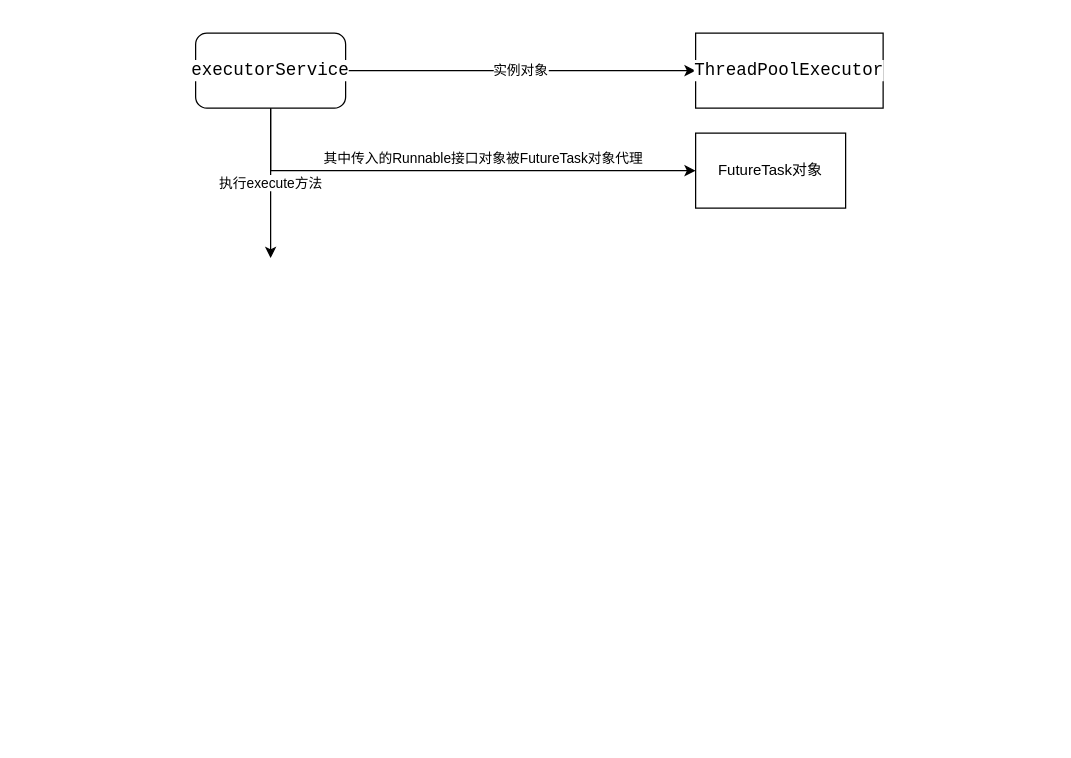
Above: page "executors线程池源码解析" (1 of 2) of Untitled Diagram.drawio in zzzliuke/draw-io (draw.io), before the change. Source tidied: cells renumbered, new cells numbered last; positions are measured from the earlier drawing's top-left corner, leaving out a move shared by most shapes. Both pictures are drawn from the tidied source at 125%, with x=0, y=0 at pixel (195, 32).
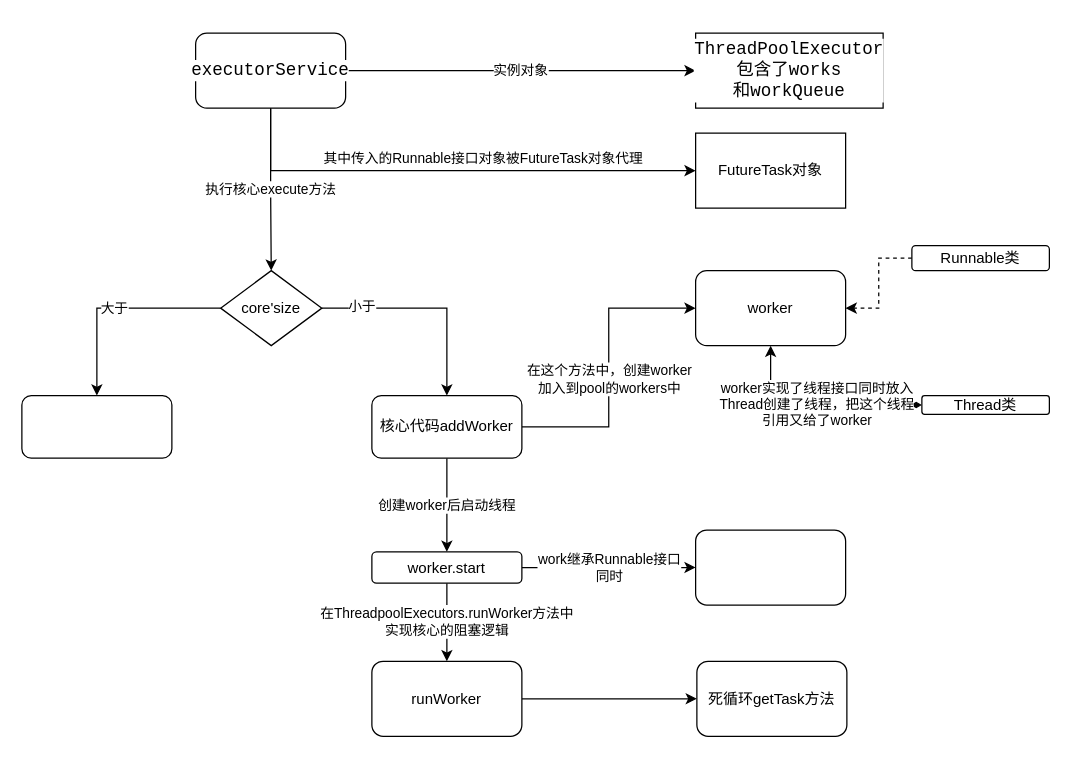
The same page after the edit.

The change refers to these unchanged cells:
```xml
<mxCell id="4" value="&lt;pre style=&quot;background-color: rgb(255 , 255 , 255) ; font-family: &amp;#34;consolas&amp;#34; ; font-size: 10.5pt&quot;&gt;executorService&lt;/pre&gt;" style="rounded=1;whiteSpace=wrap;html=1;" parent="1" vertex="1">
  <mxGeometry width="120" height="60" as="geometry" />
</mxCell>
```

Change to the diagram source:
```diff
@@
-    <mxCell id="2" value="执行execute方法" style="edgeStyle=orthogonalEdgeStyle;rounded=0;jettySize=auto;html=1;exitX=0.5;exitY=1;exitDx=0;exitDy=0;" parent="1" edge="1" source="4">
-      <mxGeometry relative="1" as="geometry">
-        <mxPoint x="60" y="180" as="targetPoint" />
-        <Array as="points">
-          <mxPoint x="60" y="160" />
-        </Array>
-      </mxGeometry>
+    <mxCell id="2" value="执行核心execute方法" style="edgeStyle=orthogonalEdgeStyle;rounded=0;jettySize=auto;html=1;exitX=0.5;exitY=1;exitDx=0;exitDy=0;entryX=0.5;entryY=0;entryDx=0;entryDy=0;" parent="1" edge="1" source="4" target="21">
+      <mxGeometry relative="1" as="geometry" />
     </mxCell>
@@
-    <mxCell id="6" value="&lt;pre style=&quot;background-color: #ffffff ; color: #000000 ; font-family: &amp;quot;consolas&amp;quot; ; font-size: 10.5pt&quot;&gt;ThreadPoolExecutor&lt;/pre&gt;" style="rounded=0;whiteSpace=wrap;html=1;" parent="1" vertex="1">
+    <mxCell id="6" value="&lt;pre style=&quot;background-color: #ffffff ; color: #000000 ; font-family: &amp;#34;consolas&amp;#34; ; font-size: 10.5pt&quot;&gt;ThreadPoolExecutor&lt;br&gt;包含了works&lt;br/&gt;和workQueue&lt;/pre&gt;" style="rounded=0;whiteSpace=wrap;html=1;" parent="1" vertex="1">
       <mxGeometry x="400" width="150" height="60" as="geometry" />
     </mxCell>
@@
+    <mxCell id="8" style="edgeStyle=orthogonalEdgeStyle;rounded=0;jettySize=auto;html=1;exitX=1;exitY=0.5;exitDx=0;exitDy=0;entryX=0;entryY=0.5;entryDx=0;entryDy=0;" parent="1" edge="1" source="11" target="12">
+      <mxGeometry relative="1" as="geometry" />
+    </mxCell>
+    <mxCell id="9" value="在这个方法中，创建worker&lt;br&gt;加入到pool的workers中" style="edgeLabel;html=1;align=center;verticalAlign=middle;" parent="8" vertex="1">
+      <mxGeometry x="-0.08" relative="1" as="geometry" />
+    </mxCell>
+    <mxCell id="10" value="创建worker后启动线程" style="edgeStyle=orthogonalEdgeStyle;rounded=0;jettySize=auto;html=1;startArrow=none;startFill=0;endArrow=classic;endFill=1;" parent="1" edge="1" source="11" target="25">
+      <mxGeometry relative="1" as="geometry" />
+    </mxCell>
+    <mxCell id="11" value="核心代码addWorker" style="rounded=1;whiteSpace=wrap;html=1;" parent="1" vertex="1">
+      <mxGeometry x="141" y="290" width="120" height="50" as="geometry" />
+    </mxCell>
+    <mxCell id="12" value="worker" style="rounded=1;whiteSpace=wrap;html=1;" parent="1" vertex="1">
+      <mxGeometry x="400" y="190" width="120" height="60" as="geometry" />
+    </mxCell>
+    <mxCell id="13" style="rounded=0;jettySize=auto;html=1;edgeStyle=orthogonalEdgeStyle;endArrow=classic;endFill=1;startArrow=diamondThin;startFill=1;" parent="1" edge="1" source="15" target="12">
+      <mxGeometry relative="1" as="geometry" />
+    </mxCell>
+    <mxCell id="14" value="worker实现了线程接口同时放入&lt;br&gt;Thread创建了线程，把这个线程&lt;br&gt;引用又给了worker" style="edgeLabel;html=1;align=center;verticalAlign=middle;" parent="13" vertex="1">
+      <mxGeometry x="0.01" y="-1" relative="1" as="geometry" />
+    </mxCell>
+    <mxCell id="15" value="Thread类" style="rounded=1;whiteSpace=wrap;html=1;" parent="1" vertex="1">
+      <mxGeometry x="581" y="290" width="102" height="15" as="geometry" />
+    </mxCell>
+    <mxCell id="16" style="edgeStyle=orthogonalEdgeStyle;rounded=0;jettySize=auto;html=1;entryX=1;entryY=0.5;entryDx=0;entryDy=0;dashed=1;" parent="1" edge="1" source="17" target="12">
+      <mxGeometry relative="1" as="geometry" />
+    </mxCell>
+    <mxCell id="17" value="Runnable类" style="rounded=1;whiteSpace=wrap;html=1;" parent="1" vertex="1">
+      <mxGeometry x="573" y="170" width="110" height="20" as="geometry" />
+    </mxCell>
+    <mxCell id="18" style="edgeStyle=orthogonalEdgeStyle;rounded=0;jettySize=auto;html=1;entryX=0.5;entryY=0;entryDx=0;entryDy=0;startArrow=none;startFill=0;endArrow=classic;endFill=1;" parent="1" edge="1" source="21" target="11">
+      <mxGeometry relative="1" as="geometry" />
+    </mxCell>
+    <mxCell id="19" value="小于" style="edgeLabel;html=1;align=center;verticalAlign=middle;" parent="18" vertex="1">
+      <mxGeometry x="-0.63" y="2" relative="1" as="geometry" />
+    </mxCell>
+    <mxCell id="20" value="大于" style="edgeStyle=orthogonalEdgeStyle;rounded=0;jettySize=auto;html=1;startArrow=none;startFill=0;endArrow=classic;endFill=1;" parent="1" edge="1" source="21" target="22">
+      <mxGeometry relative="1" as="geometry" />
+    </mxCell>
+    <mxCell id="21" value="core'size" style="rhombus;whiteSpace=wrap;html=1;" parent="1" vertex="1">
+      <mxGeometry x="20" y="190" width="81" height="60" as="geometry" />
+    </mxCell>
+    <mxCell id="22" style="rounded=1;whiteSpace=wrap;html=1;" parent="1" vertex="1">
+      <mxGeometry x="-139" y="290" width="120" height="50" as="geometry" />
+    </mxCell>
+    <mxCell id="23" value="work继承Runnable接口&lt;br&gt;同时" style="edgeStyle=orthogonalEdgeStyle;rounded=0;jettySize=auto;html=1;startArrow=none;startFill=0;endArrow=classic;endFill=1;" parent="1" edge="1" source="25" target="26">
+      <mxGeometry relative="1" as="geometry" />
+    </mxCell>
+    <mxCell id="24" value="在ThreadpoolExecutors.runWorker方法中&lt;br&gt;实现核心的阻塞逻辑" style="edgeStyle=orthogonalEdgeStyle;rounded=0;jettySize=auto;html=1;startArrow=none;startFill=0;endArrow=classic;endFill=1;" parent="1" edge="1" source="25" target="28">
+      <mxGeometry relative="1" as="geometry" />
+    </mxCell>
+    <mxCell id="25" value="worker.start" style="rounded=1;whiteSpace=wrap;html=1;" parent="1" vertex="1">
+      <mxGeometry x="141" y="415" width="120" height="25" as="geometry" />
+    </mxCell>
+    <mxCell id="26" style="rounded=1;whiteSpace=wrap;html=1;" parent="1" vertex="1">
+      <mxGeometry x="400" y="397.5" width="120" height="60" as="geometry" />
+    </mxCell>
+    <mxCell id="27" style="edgeStyle=orthogonalEdgeStyle;rounded=0;jettySize=auto;html=1;startArrow=none;startFill=0;endArrow=classic;endFill=1;" parent="1" edge="1" source="28" target="29">
+      <mxGeometry relative="1" as="geometry" />
+    </mxCell>
+    <mxCell id="28" value="runWorker" style="rounded=1;whiteSpace=wrap;html=1;" parent="1" vertex="1">
+      <mxGeometry x="141" y="502.5" width="120" height="60" as="geometry" />
+    </mxCell>
+    <mxCell id="29" value="死循环getTask方法" style="rounded=1;whiteSpace=wrap;html=1;" parent="1" vertex="1">
+      <mxGeometry x="401" y="502.5" width="120" height="60" as="geometry" />
+    </mxCell>
```
